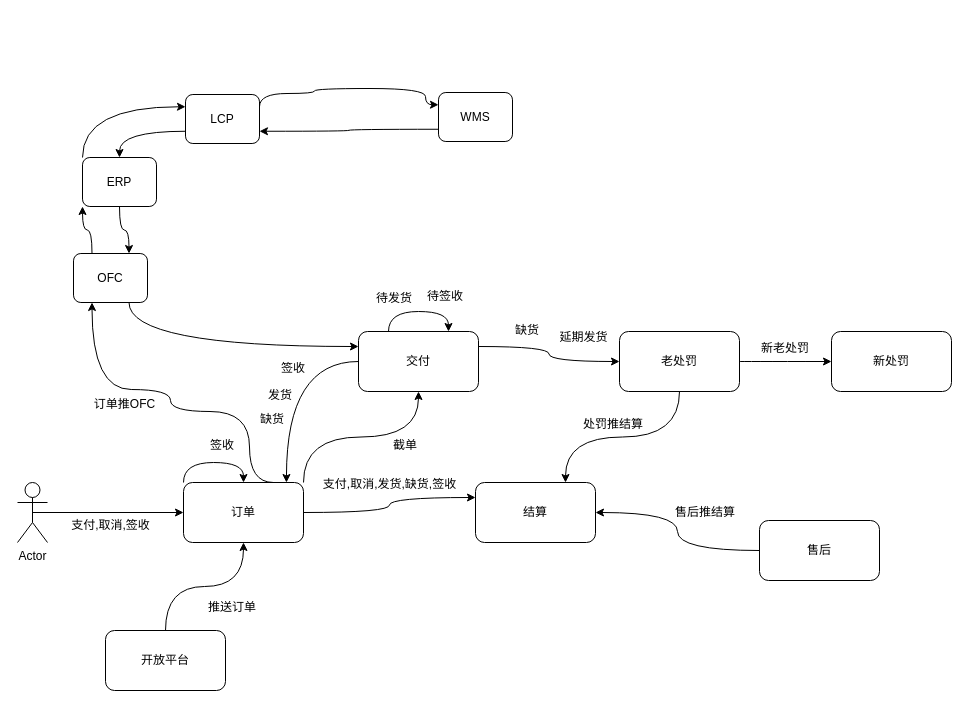
mingtian110/pc_home keeps this draw.io diagram as 稽核链路.drawio. Above is the earlier version. Source tidied: cells renumbered, new cells numbered last; positions are measured from the earlier drawing's top-left corner, leaving out a move shared by most shapes. Both pictures are drawn from the tidied source at 100%, with x=0, y=0 at pixel (17, 88).
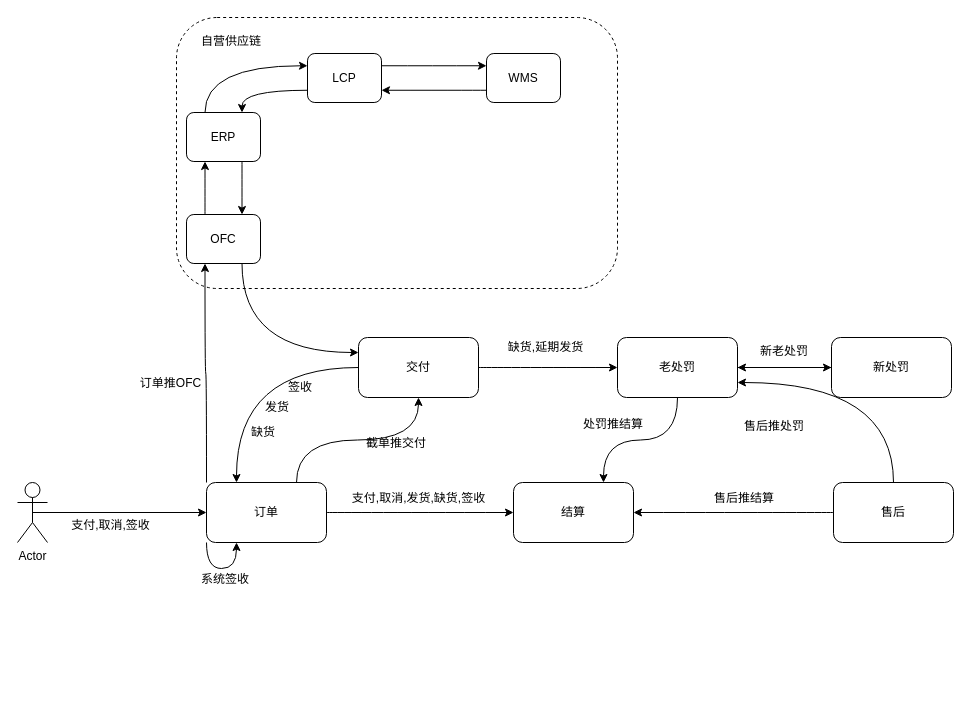
The same diagram, later.

Commit message:
更新稽核链路.drawio

What changed in the source:
```diff
@@
+    <mxCell id="49" style="rounded=1;whiteSpace=wrap;html=1;shadow=0;dashed=1;" parent="1" vertex="1">
+      <mxGeometry x="159" y="-71" width="441" height="271" as="geometry" />
+    </mxCell>
@@
-    <mxCell id="4" style="edgeStyle=orthogonalEdgeStyle;rounded=0;orthogonalLoop=1;jettySize=auto;html=1;exitX=0;exitY=0;exitDx=0;exitDy=0;curved=1;entryX=0.5;entryY=0;entryDx=0;entryDy=0;" parent="1" edge="1" source="8" target="8">
-      <mxGeometry relative="1" as="geometry">
-        <Array as="points">
-          <mxPoint x="166" y="374" />
-          <mxPoint x="226" y="374" />
-        </Array>
-      </mxGeometry>
-    </mxCell>
-    <mxCell id="5" style="edgeStyle=orthogonalEdgeStyle;curved=1;rounded=0;jettySize=auto;html=1;exitX=1;exitY=0.5;exitDx=0;exitDy=0;entryX=0;entryY=0.25;entryDx=0;entryDy=0;" parent="1" edge="1" source="8" target="11">
-      <mxGeometry relative="1" as="geometry" />
-    </mxCell>
-    <mxCell id="6" style="edgeStyle=orthogonalEdgeStyle;curved=1;rounded=0;jettySize=auto;html=1;exitX=1;exitY=0;exitDx=0;exitDy=0;" parent="1" edge="1" source="8" target="15">
+    <mxCell id="6" style="edgeStyle=orthogonalEdgeStyle;jettySize=auto;html=1;exitX=0.75;exitY=0;exitDx=0;exitDy=0;entryX=0.5;entryY=1;entryDx=0;entryDy=0;strokeColor=#000000;curved=1;" parent="1" edge="1" source="8" target="15">
       <mxGeometry relative="1" as="geometry" />
     </mxCell>
-    <mxCell id="7" style="edgeStyle=orthogonalEdgeStyle;curved=1;rounded=0;jettySize=auto;html=1;exitX=0.75;exitY=0;exitDx=0;exitDy=0;entryX=0.25;entryY=1;entryDx=0;entryDy=0;" parent="1" edge="1" source="8" target="39">
-      <mxGeometry relative="1" as="geometry">
-        <Array as="points">
-          <mxPoint x="232" y="394" />
-          <mxPoint x="232" y="323" />
-          <mxPoint x="153" y="323" />
-          <mxPoint x="153" y="301" />
-          <mxPoint x="75" y="301" />
-        </Array>
-      </mxGeometry>
+    <mxCell id="7" style="edgeStyle=orthogonalEdgeStyle;curved=1;jettySize=auto;html=1;exitX=0;exitY=0;exitDx=0;exitDy=0;entryX=0.25;entryY=1;entryDx=0;entryDy=0;strokeColor=#000000;" parent="1" edge="1" source="8" target="39">
+      <mxGeometry relative="1" as="geometry" />
     </mxCell>
+    <mxCell id="5" style="edgeStyle=orthogonalEdgeStyle;curved=1;jettySize=auto;html=1;exitX=1;exitY=0.5;exitDx=0;exitDy=0;strokeColor=#000000;" parent="1" edge="1" source="8" target="11">
+      <mxGeometry relative="1" as="geometry" />
+    </mxCell>
     <mxCell id="8" value="订单" style="rounded=1;whiteSpace=wrap;html=1;" parent="1" vertex="1">
-      <mxGeometry x="166" y="394" width="120" height="60" as="geometry" />
+      <mxGeometry x="189" y="394" width="120" height="60" as="geometry" />
     </mxCell>
@@
-    <mxCell id="10" value="签收" style="text;html=1;strokeColor=none;fillColor=none;align=center;verticalAlign=middle;whiteSpace=wrap;rounded=0;" parent="1" vertex="1">
-      <mxGeometry x="185" y="347" width="40" height="20" as="geometry" />
-    </mxCell>
     <mxCell id="11" value="结算" style="rounded=1;whiteSpace=wrap;html=1;" parent="1" vertex="1">
-      <mxGeometry x="458" y="394" width="120" height="60" as="geometry" />
+      <mxGeometry x="496" y="394" width="120" height="60" as="geometry" />
     </mxCell>
     <mxCell id="12" value="支付,取消,发货,缺货,签收" style="text;html=1;strokeColor=none;fillColor=none;align=center;verticalAlign=middle;whiteSpace=wrap;rounded=0;" parent="1" vertex="1">
-      <mxGeometry x="304" y="387" width="137" height="17" as="geometry" />
+      <mxGeometry x="332.5" y="401" width="137" height="17" as="geometry" />
     </mxCell>
-    <mxCell id="13" style="edgeStyle=orthogonalEdgeStyle;curved=1;rounded=0;jettySize=auto;html=1;exitX=0;exitY=0.5;exitDx=0;exitDy=0;entryX=0.858;entryY=0;entryDx=0;entryDy=0;entryPerimeter=0;" parent="1" edge="1" source="15" target="8">
+    <mxCell id="13" style="edgeStyle=orthogonalEdgeStyle;curved=1;rounded=0;jettySize=auto;html=1;exitX=0;exitY=0.5;exitDx=0;exitDy=0;entryX=0.25;entryY=0;entryDx=0;entryDy=0;" parent="1" edge="1" source="15" target="8">
       <mxGeometry relative="1" as="geometry" />
     </mxCell>
-    <mxCell id="14" style="edgeStyle=orthogonalEdgeStyle;curved=1;rounded=0;jettySize=auto;html=1;exitX=1;exitY=0.25;exitDx=0;exitDy=0;" parent="1" edge="1" source="15" target="22">
+    <mxCell id="14" style="edgeStyle=orthogonalEdgeStyle;curved=1;jettySize=auto;html=1;exitX=1;exitY=0.5;exitDx=0;exitDy=0;strokeColor=#000000;" parent="1" edge="1" source="15" target="22">
       <mxGeometry relative="1" as="geometry" />
     </mxCell>
     <mxCell id="15" value="交付" style="rounded=1;whiteSpace=wrap;html=1;" parent="1" vertex="1">
-      <mxGeometry x="341" y="243" width="120" height="60" as="geometry" />
+      <mxGeometry x="341" y="249" width="120" height="60" as="geometry" />
     </mxCell>
     <mxCell id="16" value="签收" style="text;html=1;strokeColor=none;fillColor=none;align=center;verticalAlign=middle;whiteSpace=wrap;rounded=0;" parent="1" vertex="1">
-      <mxGeometry x="256" y="270" width="40" height="20" as="geometry" />
+      <mxGeometry x="263" y="289" width="40" height="20" as="geometry" />
     </mxCell>
-    <mxCell id="17" value="截单" style="text;html=1;strokeColor=none;fillColor=none;align=center;verticalAlign=middle;whiteSpace=wrap;rounded=0;" parent="1" vertex="1">
-      <mxGeometry x="368" y="347" width="40" height="20" as="geometry" />
+    <mxCell id="17" value="截单推交付" style="text;html=1;strokeColor=none;fillColor=none;align=center;verticalAlign=middle;whiteSpace=wrap;rounded=0;" parent="1" vertex="1">
+      <mxGeometry x="344" y="348" width="70" height="13" as="geometry" />
     </mxCell>
     <mxCell id="18" value="发货" style="text;html=1;strokeColor=none;fillColor=none;align=center;verticalAlign=middle;whiteSpace=wrap;rounded=0;" parent="1" vertex="1">
-      <mxGeometry x="243" y="297" width="40" height="20" as="geometry" />
+      <mxGeometry x="240" y="309" width="40" height="20" as="geometry" />
     </mxCell>
     <mxCell id="19" value="缺货" style="text;html=1;strokeColor=none;fillColor=none;align=center;verticalAlign=middle;whiteSpace=wrap;rounded=0;" parent="1" vertex="1">
-      <mxGeometry x="235" y="321" width="40" height="20" as="geometry" />
+      <mxGeometry x="226" y="334" width="40" height="20" as="geometry" />
     </mxCell>
+    <mxCell id="21" style="edgeStyle=orthogonalEdgeStyle;curved=1;rounded=0;jettySize=auto;html=1;exitX=0.5;exitY=1;exitDx=0;exitDy=0;entryX=0.75;entryY=0;entryDx=0;entryDy=0;" parent="1" edge="1" source="22" target="11">
+      <mxGeometry relative="1" as="geometry" />
+    </mxCell>
-    <mxCell id="20" style="edgeStyle=orthogonalEdgeStyle;curved=1;rounded=0;jettySize=auto;html=1;exitX=1;exitY=0.5;exitDx=0;exitDy=0;" parent="1" edge="1" source="22" target="23">
+    <mxCell id="20" style="edgeStyle=orthogonalEdgeStyle;curved=1;jettySize=auto;html=1;exitX=1;exitY=0.5;exitDx=0;exitDy=0;entryX=0;entryY=0.5;entryDx=0;entryDy=0;strokeColor=#000000;" parent="1" edge="1" source="22" target="23">
       <mxGeometry relative="1" as="geometry" />
     </mxCell>
-    <mxCell id="21" style="edgeStyle=orthogonalEdgeStyle;curved=1;rounded=0;jettySize=auto;html=1;exitX=0.5;exitY=1;exitDx=0;exitDy=0;entryX=0.75;entryY=0;entryDx=0;entryDy=0;" parent="1" edge="1" source="22" target="11">
-      <mxGeometry relative="1" as="geometry" />
-    </mxCell>
     <mxCell id="22" value="老处罚" style="rounded=1;whiteSpace=wrap;html=1;" parent="1" vertex="1">
-      <mxGeometry x="602" y="243" width="120" height="60" as="geometry" />
+      <mxGeometry x="600" y="249" width="120" height="60" as="geometry" />
     </mxCell>
+    <mxCell id="50" style="edgeStyle=orthogonalEdgeStyle;curved=1;jettySize=auto;html=1;exitX=0;exitY=0.5;exitDx=0;exitDy=0;entryX=1;entryY=0.5;entryDx=0;entryDy=0;strokeColor=#000000;" parent="1" edge="1" source="23" target="22">
+      <mxGeometry relative="1" as="geometry" />
+    </mxCell>
     <mxCell id="23" value="新处罚" style="rounded=1;whiteSpace=wrap;html=1;" parent="1" vertex="1">
-      <mxGeometry x="814" y="243" width="120" height="60" as="geometry" />
+      <mxGeometry x="814" y="249" width="120" height="60" as="geometry" />
     </mxCell>
-    <mxCell id="24" value="缺货" style="text;html=1;strokeColor=none;fillColor=none;align=center;verticalAlign=middle;whiteSpace=wrap;rounded=0;" parent="1" vertex="1">
-      <mxGeometry x="490" y="232" width="40" height="20" as="geometry" />
+    <mxCell id="24" value="缺货,延期发货" style="text;html=1;strokeColor=none;fillColor=none;align=center;verticalAlign=middle;whiteSpace=wrap;rounded=0;" parent="1" vertex="1">
+      <mxGeometry x="483" y="249" width="91" height="20" as="geometry" />
     </mxCell>
-    <mxCell id="25" value="延期发货" style="text;html=1;strokeColor=none;fillColor=none;align=center;verticalAlign=middle;whiteSpace=wrap;rounded=0;" parent="1" vertex="1">
-      <mxGeometry x="535" y="243" width="63" height="11" as="geometry" />
-    </mxCell>
@@
+    <mxCell id="51" style="edgeStyle=orthogonalEdgeStyle;curved=1;jettySize=auto;html=1;exitX=0.5;exitY=0;exitDx=0;exitDy=0;entryX=1;entryY=0.75;entryDx=0;entryDy=0;strokeColor=#000000;" parent="1" edge="1" source="27" target="22">
+      <mxGeometry relative="1" as="geometry" />
+    </mxCell>
     <mxCell id="27" value="售后" style="rounded=1;whiteSpace=wrap;html=1;" parent="1" vertex="1">
-      <mxGeometry x="742" y="432" width="120" height="60" as="geometry" />
+      <mxGeometry x="816" y="394" width="120" height="60" as="geometry" />
     </mxCell>
-    <mxCell id="28" style="edgeStyle=orthogonalEdgeStyle;curved=1;rounded=0;orthogonalLoop=1;jettySize=auto;html=1;exitX=0.25;exitY=0;exitDx=0;exitDy=0;entryX=0.75;entryY=0;entryDx=0;entryDy=0;" parent="1" edge="1" source="15" target="15">
-      <mxGeometry relative="1" as="geometry">
-        <Array as="points">
-          <mxPoint x="371" y="223" />
-          <mxPoint x="431" y="223" />
-        </Array>
-      </mxGeometry>
-    </mxCell>
-    <mxCell id="29" value="待发货" style="text;html=1;strokeColor=none;fillColor=none;align=center;verticalAlign=middle;whiteSpace=wrap;rounded=0;" parent="1" vertex="1">
-      <mxGeometry x="357" y="200" width="40" height="20" as="geometry" />
-    </mxCell>
-    <mxCell id="30" value="待签收" style="text;html=1;strokeColor=none;fillColor=none;align=center;verticalAlign=middle;whiteSpace=wrap;rounded=0;" parent="1" vertex="1">
-      <mxGeometry x="408" y="198" width="40" height="20" as="geometry" />
-    </mxCell>
     <mxCell id="31" value="订单推OFC" style="text;html=1;strokeColor=none;fillColor=none;align=center;verticalAlign=middle;whiteSpace=wrap;rounded=0;" parent="1" vertex="1">
-      <mxGeometry x="72" y="310" width="71" height="11" as="geometry" />
+      <mxGeometry x="118" y="289" width="71" height="11" as="geometry" />
     </mxCell>
-    <mxCell id="32" style="edgeStyle=orthogonalEdgeStyle;curved=1;rounded=0;jettySize=auto;html=1;exitX=0.5;exitY=0;exitDx=0;exitDy=0;entryX=0.5;entryY=1;entryDx=0;entryDy=0;" parent="1" edge="1" source="33" target="8">
-      <mxGeometry relative="1" as="geometry" />
-    </mxCell>
-    <mxCell id="33" value="开放平台" style="rounded=1;whiteSpace=wrap;html=1;" parent="1" vertex="1">
-      <mxGeometry x="88" y="542" width="120" height="60" as="geometry" />
-    </mxCell>
-    <mxCell id="34" value="推送订单" style="text;html=1;strokeColor=none;fillColor=none;align=center;verticalAlign=middle;whiteSpace=wrap;rounded=0;" parent="1" vertex="1">
-      <mxGeometry x="180" y="512" width="70" height="14" as="geometry" />
-    </mxCell>
@@
-    <mxCell id="36" value="新老处罚" style="text;html=1;strokeColor=none;fillColor=none;align=center;verticalAlign=middle;whiteSpace=wrap;rounded=0;" parent="1" vertex="1">
-      <mxGeometry x="738" y="259" width="60" height="1" as="geometry" />
-    </mxCell>
+    <mxCell id="38" style="edgeStyle=orthogonalEdgeStyle;curved=1;rounded=0;jettySize=auto;html=1;exitX=0.75;exitY=1;exitDx=0;exitDy=0;entryX=0;entryY=0.25;entryDx=0;entryDy=0;" parent="1" edge="1" source="39" target="15">
+      <mxGeometry relative="1" as="geometry" />
+    </mxCell>
-    <mxCell id="37" style="edgeStyle=orthogonalEdgeStyle;curved=1;rounded=0;jettySize=auto;html=1;exitX=0.25;exitY=0;exitDx=0;exitDy=0;entryX=0;entryY=1;entryDx=0;entryDy=0;" parent="1" edge="1" source="39" target="42">
+    <mxCell id="37" style="edgeStyle=orthogonalEdgeStyle;curved=1;jettySize=auto;html=1;exitX=0.25;exitY=0;exitDx=0;exitDy=0;entryX=0.25;entryY=1;entryDx=0;entryDy=0;strokeColor=#000000;" parent="1" edge="1" source="39" target="42">
       <mxGeometry relative="1" as="geometry" />
     </mxCell>
-    <mxCell id="38" style="edgeStyle=orthogonalEdgeStyle;curved=1;rounded=0;jettySize=auto;html=1;exitX=0.75;exitY=1;exitDx=0;exitDy=0;entryX=0;entryY=0.25;entryDx=0;entryDy=0;" parent="1" edge="1" source="39" target="15">
-      <mxGeometry relative="1" as="geometry" />
-    </mxCell>
     <mxCell id="39" value="OFC" style="rounded=1;whiteSpace=wrap;html=1;" parent="1" vertex="1">
-      <mxGeometry x="56" y="165" width="74" height="49" as="geometry" />
+      <mxGeometry x="169" y="126" width="74" height="49" as="geometry" />
     </mxCell>
-    <mxCell id="40" style="edgeStyle=orthogonalEdgeStyle;curved=1;rounded=0;jettySize=auto;html=1;exitX=0;exitY=0;exitDx=0;exitDy=0;entryX=0;entryY=0.25;entryDx=0;entryDy=0;" parent="1" edge="1" source="42" target="45">
+    <mxCell id="40" style="edgeStyle=orthogonalEdgeStyle;curved=1;rounded=0;jettySize=auto;html=1;exitX=0.25;exitY=0;exitDx=0;exitDy=0;entryX=0;entryY=0.25;entryDx=0;entryDy=0;" parent="1" edge="1" source="42" target="45">
       <mxGeometry relative="1" as="geometry" />
     </mxCell>
-    <mxCell id="41" style="edgeStyle=orthogonalEdgeStyle;curved=1;rounded=0;jettySize=auto;html=1;exitX=0.5;exitY=1;exitDx=0;exitDy=0;entryX=0.75;entryY=0;entryDx=0;entryDy=0;" parent="1" edge="1" source="42" target="39">
+    <mxCell id="41" style="edgeStyle=orthogonalEdgeStyle;curved=1;jettySize=auto;html=1;exitX=0.75;exitY=1;exitDx=0;exitDy=0;entryX=0.75;entryY=0;entryDx=0;entryDy=0;strokeColor=#000000;" parent="1" edge="1" source="42" target="39">
       <mxGeometry relative="1" as="geometry" />
     </mxCell>
     <mxCell id="42" value="ERP" style="rounded=1;whiteSpace=wrap;html=1;" parent="1" vertex="1">
-      <mxGeometry x="65" y="69" width="74" height="49" as="geometry" />
+      <mxGeometry x="169" y="24" width="74" height="49" as="geometry" />
     </mxCell>
     <mxCell id="43" style="edgeStyle=orthogonalEdgeStyle;curved=1;rounded=0;jettySize=auto;html=1;exitX=1;exitY=0.25;exitDx=0;exitDy=0;entryX=0;entryY=0.25;entryDx=0;entryDy=0;" parent="1" edge="1" source="45" target="47">
-      <mxGeometry relative="1" as="geometry">
-        <Array as="points">
-          <mxPoint x="242" y="5" />
-          <mxPoint x="297" y="5" />
-          <mxPoint x="297" />
-          <mxPoint x="408" />
-          <mxPoint x="408" y="16" />
-        </Array>
-      </mxGeometry>
+      <mxGeometry relative="1" as="geometry" />
     </mxCell>
-    <mxCell id="44" style="edgeStyle=orthogonalEdgeStyle;curved=1;rounded=0;jettySize=auto;html=1;exitX=0;exitY=0.75;exitDx=0;exitDy=0;" parent="1" edge="1" source="45" target="42">
+    <mxCell id="44" style="edgeStyle=orthogonalEdgeStyle;curved=1;rounded=0;jettySize=auto;html=1;exitX=0;exitY=0.75;exitDx=0;exitDy=0;entryX=0.75;entryY=0;entryDx=0;entryDy=0;" parent="1" edge="1" source="45" target="42">
       <mxGeometry relative="1" as="geometry" />
     </mxCell>
     <mxCell id="45" value="LCP" style="rounded=1;whiteSpace=wrap;html=1;" parent="1" vertex="1">
-      <mxGeometry x="168" y="6" width="74" height="49" as="geometry" />
+      <mxGeometry x="290" y="-35" width="74" height="49" as="geometry" />
     </mxCell>
@@
     <mxCell id="47" value="WMS" style="rounded=1;whiteSpace=wrap;html=1;" parent="1" vertex="1">
-      <mxGeometry x="421" y="4" width="74" height="49" as="geometry" />
+      <mxGeometry x="469" y="-35" width="74" height="49" as="geometry" />
     </mxCell>
     <mxCell id="48" value="售后推结算" style="text;html=1;strokeColor=none;fillColor=none;align=center;verticalAlign=middle;whiteSpace=wrap;rounded=0;" parent="1" vertex="1">
-      <mxGeometry x="656" y="415.5" width="64" height="17" as="geometry" />
+      <mxGeometry x="695" y="401" width="64" height="17" as="geometry" />
     </mxCell>
+    <mxCell id="36" value="新老处罚" style="text;html=1;strokeColor=none;fillColor=none;align=center;verticalAlign=middle;whiteSpace=wrap;rounded=0;" parent="1" vertex="1">
+      <mxGeometry x="737" y="252" width="60" height="21.5" as="geometry" />
+    </mxCell>
+    <mxCell id="52" value="自营供应链" style="text;html=1;strokeColor=none;fillColor=none;align=center;verticalAlign=middle;whiteSpace=wrap;rounded=0;shadow=0;dashed=1;" parent="1" vertex="1">
+      <mxGeometry x="180" y="-55" width="68" height="16" as="geometry" />
+    </mxCell>
+    <mxCell id="53" value="售后推处罚" style="text;html=1;strokeColor=none;fillColor=none;align=center;verticalAlign=middle;whiteSpace=wrap;rounded=0;" parent="1" vertex="1">
+      <mxGeometry x="725" y="329" width="64" height="17" as="geometry" />
+    </mxCell>
+    <mxCell id="4" style="edgeStyle=orthogonalEdgeStyle;curved=1;orthogonalLoop=1;jettySize=auto;html=1;exitX=0;exitY=1;exitDx=0;exitDy=0;entryX=0.25;entryY=1;entryDx=0;entryDy=0;strokeColor=#000000;" parent="1" edge="1" source="8" target="8">
+      <mxGeometry relative="1" as="geometry">
+        <Array as="points">
+          <mxPoint x="189" y="480" />
+          <mxPoint x="219" y="480" />
+        </Array>
+      </mxGeometry>
+    </mxCell>
+    <mxCell id="54" value="系统签收" style="text;html=1;strokeColor=none;fillColor=none;align=center;verticalAlign=middle;whiteSpace=wrap;rounded=0;" parent="1" vertex="1">
+      <mxGeometry x="180" y="484" width="56" height="13" as="geometry" />
+    </mxCell>
```
